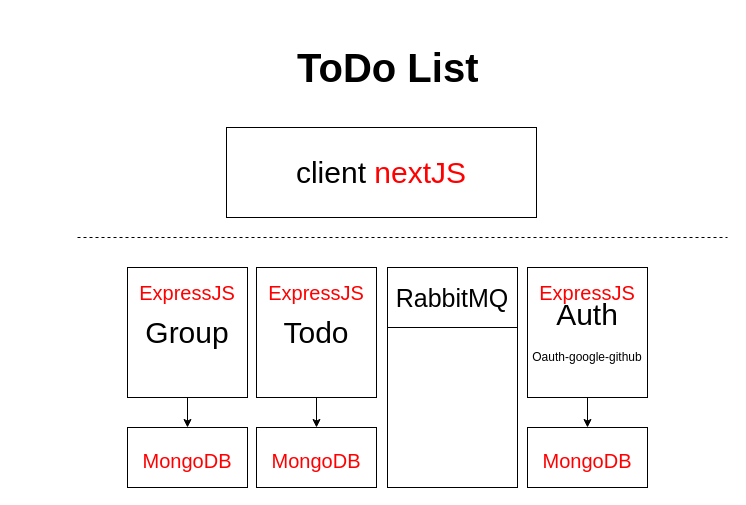
fan0223/TaskTracker keeps this draw.io diagram as page "Page-1" (1 of 2) of Untitled Diagram.drawio. Above is the earlier version. Source tidied: cells renumbered, new cells numbered last; positions are measured from the earlier drawing's top-left corner, leaving out a move shared by most shapes. Both pictures are drawn from the tidied source at 100%, with x=0, y=0 at pixel (77, 27).
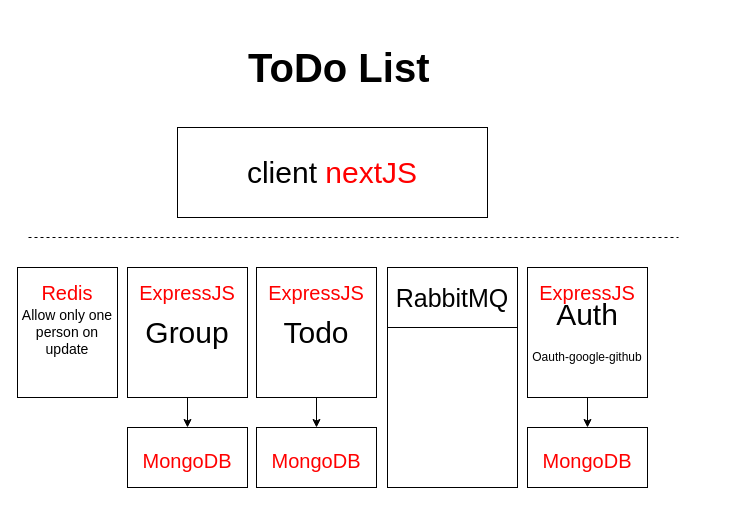
After the change.

Diff of the diagram source:
```diff
@@
     <mxCell id="2" value="&lt;span style=&quot;font-size: 30px;&quot;&gt;client &lt;font color=&quot;#ff0000&quot;&gt;nextJS&lt;/font&gt;&lt;br&gt;&lt;/span&gt;" style="rounded=0;whiteSpace=wrap;html=1;" parent="1" vertex="1">
-      <mxGeometry x="149" y="100" width="310" height="90" as="geometry" />
+      <mxGeometry x="100" y="100" width="310" height="90" as="geometry" />
     </mxCell>
@@
     <mxCell id="11" style="endArrow=none;dashed=1;html=1;rounded=0;fontSize=20;fontColor=#FF0000;" parent="1" edge="1">
       <mxGeometry relative="1" as="geometry">
-        <mxPoint y="210" as="sourcePoint" />
-        <mxPoint x="650" y="210" as="targetPoint" />
+        <mxPoint x="-49" y="210" as="sourcePoint" />
+        <mxPoint x="601" y="210" as="targetPoint" />
       </mxGeometry>
     </mxCell>
     <mxCell id="12" value="&lt;h1&gt;&lt;font color=&quot;#000000&quot;&gt;ToDo List&lt;/font&gt;&lt;/h1&gt;" style="text;html=1;strokeColor=none;fillColor=none;spacing=5;spacingTop=-20;whiteSpace=wrap;overflow=hidden;rounded=0;fontSize=20;fontColor=#FF0000;" parent="1" vertex="1">
-      <mxGeometry x="215" width="190" height="80" as="geometry" />
+      <mxGeometry x="166" width="190" height="80" as="geometry" />
     </mxCell>
@@
+    <mxCell id="19" value="&lt;font style=&quot;font-size: 14px&quot;&gt;Allow only one person on update&lt;/font&gt;" style="rounded=0;whiteSpace=wrap;html=1;" parent="1" vertex="1">
+      <mxGeometry x="-60" y="240" width="100" height="130" as="geometry" />
+    </mxCell>
+    <mxCell id="20" value="Redis" style="text;html=1;strokeColor=none;fillColor=none;align=center;verticalAlign=middle;whiteSpace=wrap;rounded=0;fontSize=20;fontColor=#FF0000;" parent="1" vertex="1">
+      <mxGeometry x="-60" y="250" width="100" height="30" as="geometry" />
+    </mxCell>
```
